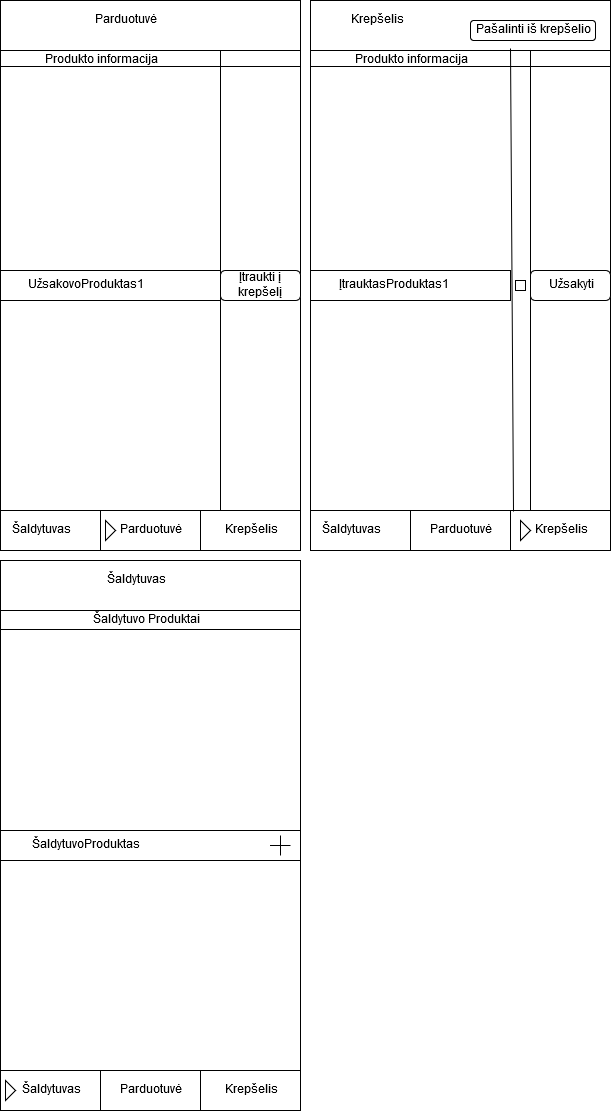
This is Nuotraukos/GUIEskizas3.png from Tristanas/PSI2-Food-Bee-Inc, a draw.io export, as it was before one commit. Source tidied: cells renumbered, new cells last; positions are measured from the earlier drawing's top-left corner, leaving out a move shared by most shapes. The source it was exported from:
```xml
<mxGraphModel>
  <root>
    <mxCell id="0" />
    <mxCell id="1" parent="0" />
    <mxCell id="2" style="rounded=0;whiteSpace=wrap;html=1;" parent="1" vertex="1">
      <mxGeometry width="300" height="550" as="geometry" />
    </mxCell>
    <mxCell id="3" style="shape=internalStorage;whiteSpace=wrap;html=1;backgroundOutline=1;dx=220;dy=16;" parent="1" vertex="1">
      <mxGeometry y="50" width="300" height="460" as="geometry" />
    </mxCell>
    <mxCell id="4" style="rounded=0;whiteSpace=wrap;html=1;" parent="1" vertex="1">
      <mxGeometry y="510" width="100" height="40" as="geometry" />
    </mxCell>
    <mxCell id="5" style="rounded=0;whiteSpace=wrap;html=1;" parent="1" vertex="1">
      <mxGeometry x="100" y="510" width="100" height="40" as="geometry" />
    </mxCell>
    <mxCell id="6" style="text;html=1;strokeColor=#000000;fillColor=#ffffff;align=center;verticalAlign=middle;whiteSpace=wrap;rounded=0;fontFamily=Helvetica;fontSize=12;fontColor=#000000;" parent="1" vertex="1">
      <mxGeometry x="200" y="510" width="100" height="40" as="geometry" />
    </mxCell>
    <mxCell id="7" value="&lt;div&gt;Šaldytuvas&lt;/div&gt;" style="text;html=1;strokeColor=none;fillColor=none;align=center;verticalAlign=middle;whiteSpace=wrap;rounded=0;" parent="1" vertex="1">
      <mxGeometry x="20" y="520" width="40" height="20" as="geometry" />
    </mxCell>
    <mxCell id="8" value="Parduotuvė" style="text;html=1;strokeColor=none;fillColor=none;align=center;verticalAlign=middle;whiteSpace=wrap;rounded=0;" parent="1" vertex="1">
      <mxGeometry x="130" y="520" width="40" height="20" as="geometry" />
    </mxCell>
    <mxCell id="9" value="Krepšelis" style="text;html=1;strokeColor=none;fillColor=none;align=center;verticalAlign=middle;whiteSpace=wrap;rounded=0;" parent="1" vertex="1">
      <mxGeometry x="230" y="520" width="40" height="20" as="geometry" />
    </mxCell>
    <mxCell id="10" value="Produkto informacija" style="text;html=1;strokeColor=none;fillColor=none;align=center;verticalAlign=middle;whiteSpace=wrap;rounded=0;" parent="1" vertex="1">
      <mxGeometry x="30" y="50" width="140" height="20" as="geometry" />
    </mxCell>
    <mxCell id="11" value="Parduotuvė" style="text;html=1;strokeColor=none;fillColor=none;align=center;verticalAlign=middle;whiteSpace=wrap;rounded=0;" parent="1" vertex="1">
      <mxGeometry x="105" y="10" width="40" height="20" as="geometry" />
    </mxCell>
    <mxCell id="12" style="rounded=0;whiteSpace=wrap;html=1;" parent="1" vertex="1">
      <mxGeometry y="270" width="220" height="30" as="geometry" />
    </mxCell>
    <mxCell id="13" style="triangle;whiteSpace=wrap;html=1;" parent="1" vertex="1">
      <mxGeometry x="105" y="520" width="10" height="20" as="geometry" />
    </mxCell>
    <mxCell id="14" value="Įtraukti į krepšelį" style="rounded=1;whiteSpace=wrap;html=1;" parent="1" vertex="1">
      <mxGeometry x="220" y="270" width="80" height="30" as="geometry" />
    </mxCell>
    <mxCell id="15" value="UžsakovoProduktas1" style="text;html=1;strokeColor=none;fillColor=none;align=center;verticalAlign=middle;whiteSpace=wrap;rounded=0;" parent="1" vertex="1">
      <mxGeometry x="65" y="275" width="40" height="20" as="geometry" />
    </mxCell>
    <mxCell id="16" style="rounded=0;whiteSpace=wrap;html=1;" parent="1" vertex="1">
      <mxGeometry x="310" width="300" height="550" as="geometry" />
    </mxCell>
    <mxCell id="17" style="shape=internalStorage;whiteSpace=wrap;html=1;backgroundOutline=1;dx=220;dy=16;" parent="1" vertex="1">
      <mxGeometry x="310" y="50" width="300" height="460" as="geometry" />
    </mxCell>
    <mxCell id="18" style="rounded=0;whiteSpace=wrap;html=1;" parent="1" vertex="1">
      <mxGeometry x="310" y="510" width="100" height="40" as="geometry" />
    </mxCell>
    <mxCell id="19" style="rounded=0;whiteSpace=wrap;html=1;" parent="1" vertex="1">
      <mxGeometry x="410" y="510" width="100" height="40" as="geometry" />
    </mxCell>
    <mxCell id="20" style="text;html=1;strokeColor=#000000;fillColor=#ffffff;align=center;verticalAlign=middle;whiteSpace=wrap;rounded=0;fontFamily=Helvetica;fontSize=12;fontColor=#000000;" parent="1" vertex="1">
      <mxGeometry x="510" y="510" width="100" height="40" as="geometry" />
    </mxCell>
    <mxCell id="21" value="&lt;div&gt;Šaldytuvas&lt;/div&gt;" style="text;html=1;strokeColor=none;fillColor=none;align=center;verticalAlign=middle;whiteSpace=wrap;rounded=0;" parent="1" vertex="1">
      <mxGeometry x="330" y="520" width="40" height="20" as="geometry" />
    </mxCell>
    <mxCell id="22" value="Parduotuvė" style="text;html=1;strokeColor=none;fillColor=none;align=center;verticalAlign=middle;whiteSpace=wrap;rounded=0;" parent="1" vertex="1">
      <mxGeometry x="440" y="520" width="40" height="20" as="geometry" />
    </mxCell>
    <mxCell id="23" value="Krepšelis" style="text;html=1;strokeColor=none;fillColor=none;align=center;verticalAlign=middle;whiteSpace=wrap;rounded=0;" parent="1" vertex="1">
      <mxGeometry x="540" y="520" width="40" height="20" as="geometry" />
    </mxCell>
    <mxCell id="24" value="Produkto informacija" style="text;html=1;strokeColor=none;fillColor=none;align=center;verticalAlign=middle;whiteSpace=wrap;rounded=0;" parent="1" vertex="1">
      <mxGeometry x="340" y="50" width="140" height="20" as="geometry" />
    </mxCell>
    <mxCell id="25" value="Krepšelis" style="text;html=1;strokeColor=none;fillColor=none;align=center;verticalAlign=middle;whiteSpace=wrap;rounded=0;" parent="1" vertex="1">
      <mxGeometry x="356" y="10" width="40" height="20" as="geometry" />
    </mxCell>
    <mxCell id="26" style="rounded=0;whiteSpace=wrap;html=1;" parent="1" vertex="1">
      <mxGeometry x="310" y="270" width="200" height="30" as="geometry" />
    </mxCell>
    <mxCell id="27" style="triangle;whiteSpace=wrap;html=1;" parent="1" vertex="1">
      <mxGeometry x="520" y="520" width="10" height="20" as="geometry" />
    </mxCell>
    <mxCell id="28" value="Užsakyti" style="rounded=1;whiteSpace=wrap;html=1;" parent="1" vertex="1">
      <mxGeometry x="530" y="270" width="80" height="30" as="geometry" />
    </mxCell>
    <mxCell id="29" value="ĮtrauktasProduktas1" style="text;html=1;strokeColor=none;fillColor=none;align=center;verticalAlign=middle;whiteSpace=wrap;rounded=0;" parent="1" vertex="1">
      <mxGeometry x="376" y="275" width="34" height="20" as="geometry" />
    </mxCell>
    <mxCell id="30" style="rounded=0;whiteSpace=wrap;html=1;" parent="1" vertex="1">
      <mxGeometry y="560" width="300" height="550" as="geometry" />
    </mxCell>
    <mxCell id="31" style="shape=internalStorage;whiteSpace=wrap;html=1;backgroundOutline=1;dx=300;dy=19;" parent="1" vertex="1">
      <mxGeometry y="610" width="300" height="460" as="geometry" />
    </mxCell>
    <mxCell id="32" style="rounded=0;whiteSpace=wrap;html=1;" parent="1" vertex="1">
      <mxGeometry y="1070" width="100" height="40" as="geometry" />
    </mxCell>
    <mxCell id="33" style="rounded=0;whiteSpace=wrap;html=1;" parent="1" vertex="1">
      <mxGeometry x="100" y="1070" width="100" height="40" as="geometry" />
    </mxCell>
    <mxCell id="34" style="text;html=1;strokeColor=#000000;fillColor=#ffffff;align=center;verticalAlign=middle;whiteSpace=wrap;rounded=0;fontFamily=Helvetica;fontSize=12;fontColor=#000000;" parent="1" vertex="1">
      <mxGeometry x="200" y="1070" width="100" height="40" as="geometry" />
    </mxCell>
    <mxCell id="35" value="&lt;div&gt;Šaldytuvas&lt;/div&gt;" style="text;html=1;strokeColor=none;fillColor=none;align=center;verticalAlign=middle;whiteSpace=wrap;rounded=0;" parent="1" vertex="1">
      <mxGeometry x="30" y="1080" width="40" height="20" as="geometry" />
    </mxCell>
    <mxCell id="36" value="Parduotuvė" style="text;html=1;strokeColor=none;fillColor=none;align=center;verticalAlign=middle;whiteSpace=wrap;rounded=0;" parent="1" vertex="1">
      <mxGeometry x="130" y="1080" width="40" height="20" as="geometry" />
    </mxCell>
    <mxCell id="37" value="Krepšelis" style="text;html=1;strokeColor=none;fillColor=none;align=center;verticalAlign=middle;whiteSpace=wrap;rounded=0;" parent="1" vertex="1">
      <mxGeometry x="230" y="1080" width="40" height="20" as="geometry" />
    </mxCell>
    <mxCell id="38" value="Šaldytuvo Produktai" style="text;html=1;strokeColor=none;fillColor=none;align=center;verticalAlign=middle;whiteSpace=wrap;rounded=0;" parent="1" vertex="1">
      <mxGeometry x="75" y="610" width="140" height="20" as="geometry" />
    </mxCell>
    <mxCell id="39" value="Šaldytuvas" style="text;html=1;strokeColor=none;fillColor=none;align=center;verticalAlign=middle;whiteSpace=wrap;rounded=0;" parent="1" vertex="1">
      <mxGeometry x="115" y="570" width="40" height="20" as="geometry" />
    </mxCell>
    <mxCell id="40" style="rounded=0;whiteSpace=wrap;html=1;" parent="1" vertex="1">
      <mxGeometry y="830" width="300" height="30" as="geometry" />
    </mxCell>
    <mxCell id="41" style="triangle;whiteSpace=wrap;html=1;" parent="1" vertex="1">
      <mxGeometry x="5" y="1080" width="10" height="20" as="geometry" />
    </mxCell>
    <mxCell id="42" value="ŠaldytuvoProduktas" style="text;html=1;strokeColor=none;fillColor=none;align=center;verticalAlign=middle;whiteSpace=wrap;rounded=0;" parent="1" vertex="1">
      <mxGeometry x="65" y="835" width="40" height="20" as="geometry" />
    </mxCell>
    <mxCell id="43" style="shape=cross;whiteSpace=wrap;html=1;size=0;" parent="1" vertex="1">
      <mxGeometry x="270" y="835" width="20" height="20" as="geometry" />
    </mxCell>
    <mxCell id="44" style="whiteSpace=wrap;html=1;" parent="1" vertex="1">
      <mxGeometry x="515" y="280" width="10" height="10" as="geometry" />
    </mxCell>
    <mxCell id="45" style="endArrow=none;html=1;entryX=0.667;entryY=-0.004;entryDx=0;entryDy=0;entryPerimeter=0;exitX=0.677;exitY=1.002;exitDx=0;exitDy=0;exitPerimeter=0;" parent="1" edge="1" source="17" target="17">
      <mxGeometry relative="1" as="geometry" />
    </mxCell>
    <mxCell id="46" value="Pašalinti iš krepšelio" style="rounded=1;whiteSpace=wrap;html=1;" parent="1" vertex="1">
      <mxGeometry x="470" y="20" width="125" height="20" as="geometry" />
    </mxCell>
  </root>
</mxGraphModel>
```
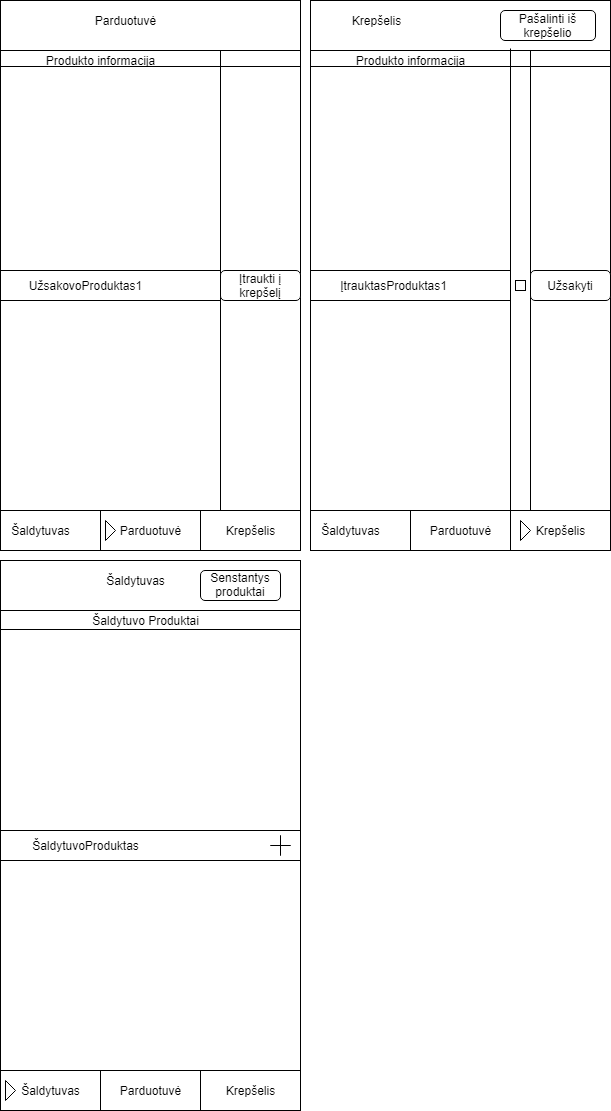
After the commit.

What changed in the source:
```diff
@@ -131,11 +131,20 @@
     <mxCell id="44" style="whiteSpace=wrap;html=1;" parent="1" vertex="1">
       <mxGeometry x="515" y="280" width="10" height="10" as="geometry" />
     </mxCell>
-    <mxCell id="45" style="endArrow=none;html=1;entryX=0.667;entryY=-0.004;entryDx=0;entryDy=0;entryPerimeter=0;exitX=0.677;exitY=1.002;exitDx=0;exitDy=0;exitPerimeter=0;" parent="1" edge="1" source="17" target="17">
-      <mxGeometry relative="1" as="geometry" />
+    <mxCell id="45" style="endArrow=none;html=1;" parent="1" edge="1">
+      <mxGeometry relative="1" as="geometry">
+        <mxPoint x="510" y="510" as="sourcePoint" />
+        <mxPoint x="510" y="48" as="targetPoint" />
+      </mxGeometry>
     </mxCell>
     <mxCell id="46" value="Pašalinti iš krepšelio" style="rounded=1;whiteSpace=wrap;html=1;" parent="1" vertex="1">
-      <mxGeometry x="470" y="20" width="125" height="20" as="geometry" />
+      <mxGeometry x="500" y="10" width="95" height="30" as="geometry" />
     </mxCell>
+    <mxCell id="47" style="rounded=1;whiteSpace=wrap;html=1;" parent="1" vertex="1">
+      <mxGeometry x="200" y="570" width="80" height="30" as="geometry" />
+    </mxCell>
+    <mxCell id="48" value="Senstantys produktai&lt;br&gt;" style="text;html=1;strokeColor=none;fillColor=none;align=center;verticalAlign=middle;whiteSpace=wrap;rounded=0;" parent="1" vertex="1">
+      <mxGeometry x="220" y="574" width="40" height="20" as="geometry" />
+    </mxCell>
   </root>
 </mxGraphModel>
```
